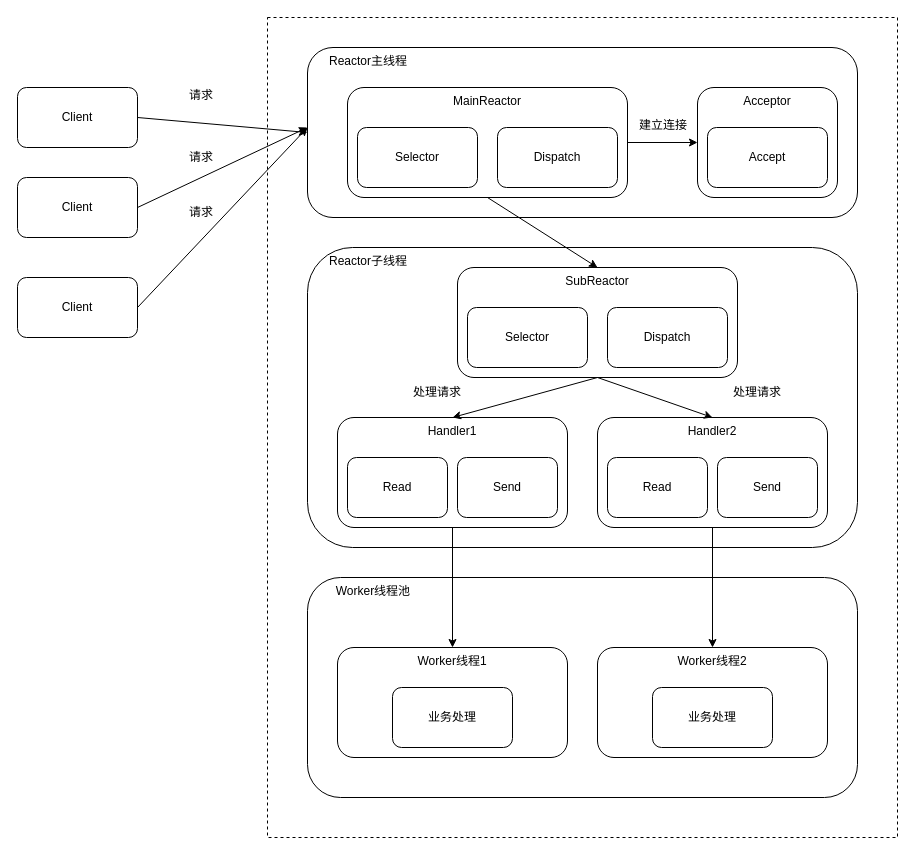
Earlier version of the draw.io diagram netty架构图.drawio (Diend-7/-). Source tidied: cells renumbered, new cells numbered last; positions are measured from the earlier drawing's top-left corner, leaving out a move shared by most shapes. Both pictures are drawn from the tidied source at 100%, with x=0, y=0 at pixel (17, 17).
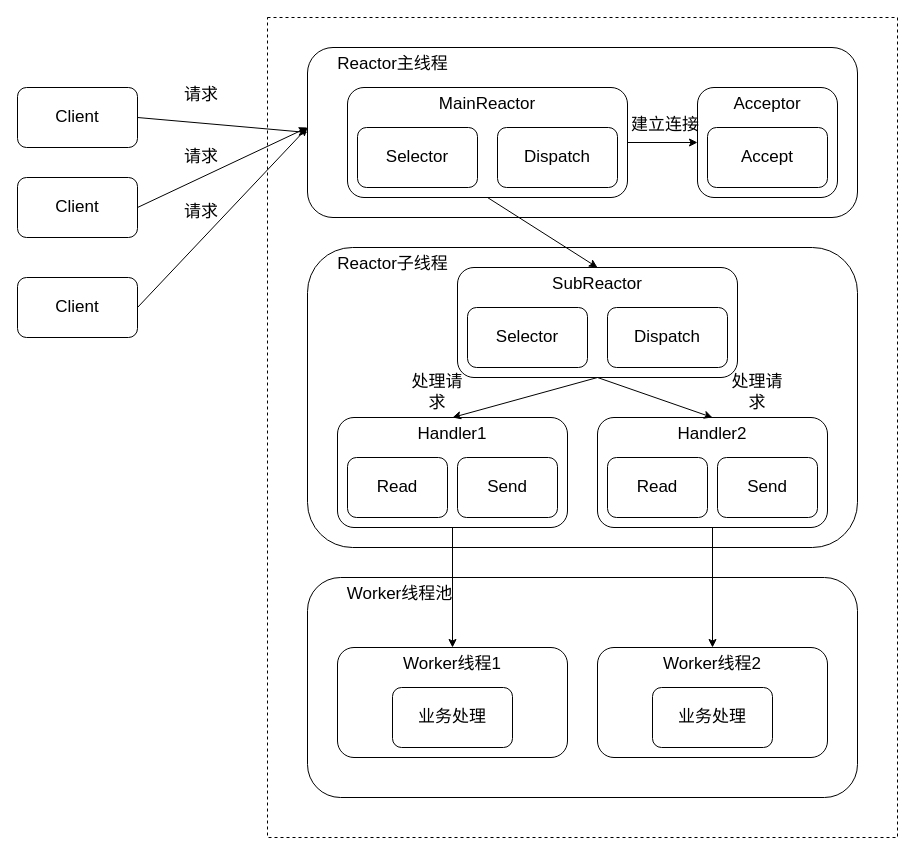
The same diagram, later.

Commit message:
更新netty架构图.drawio

The edit, as a diff of the source:
```diff
@@
-    <mxCell id="2" value="Client" style="rounded=1;whiteSpace=wrap;html=1;" parent="1" vertex="1">
+    <mxCell id="2" value="Client" style="rounded=1;whiteSpace=wrap;html=1;fontSize=17;" parent="1" vertex="1">
       <mxGeometry y="70" width="120" height="60" as="geometry" />
     </mxCell>
-    <mxCell id="3" value="Client" style="rounded=1;whiteSpace=wrap;html=1;" parent="1" vertex="1">
+    <mxCell id="3" value="Client" style="rounded=1;whiteSpace=wrap;html=1;fontSize=17;" parent="1" vertex="1">
       <mxGeometry y="160" width="120" height="60" as="geometry" />
     </mxCell>
-    <mxCell id="4" value="Client" style="rounded=1;whiteSpace=wrap;html=1;" parent="1" vertex="1">
+    <mxCell id="4" value="Client" style="rounded=1;whiteSpace=wrap;html=1;fontSize=17;" parent="1" vertex="1">
       <mxGeometry y="260" width="120" height="60" as="geometry" />
     </mxCell>
-    <mxCell id="5" style="rounded=0;whiteSpace=wrap;html=1;dashed=1;" parent="1" vertex="1">
+    <mxCell id="5" style="rounded=0;whiteSpace=wrap;html=1;dashed=1;fontSize=17;" parent="1" vertex="1">
       <mxGeometry x="250" width="630" height="820" as="geometry" />
     </mxCell>
-    <mxCell id="6" value="&amp;nbsp; &amp;nbsp; &amp;nbsp; Reactor主线程" style="rounded=1;whiteSpace=wrap;html=1;align=left;verticalAlign=top;" parent="1" vertex="1">
+    <mxCell id="6" value="&amp;nbsp; &amp;nbsp; &amp;nbsp; Reactor主线程" style="rounded=1;whiteSpace=wrap;html=1;align=left;verticalAlign=top;fontSize=17;" parent="1" vertex="1">
       <mxGeometry x="290" y="30" width="550" height="170" as="geometry" />
     </mxCell>
-    <mxCell id="7" value="MainReactor" style="rounded=1;whiteSpace=wrap;html=1;verticalAlign=top;" parent="1" vertex="1">
+    <mxCell id="7" value="MainReactor" style="rounded=1;whiteSpace=wrap;html=1;verticalAlign=top;fontSize=17;" parent="1" vertex="1">
       <mxGeometry x="330" y="70" width="280" height="110" as="geometry" />
     </mxCell>
-    <mxCell id="8" value="Selector" style="rounded=1;whiteSpace=wrap;html=1;" parent="1" vertex="1">
+    <mxCell id="8" value="Selector" style="rounded=1;whiteSpace=wrap;html=1;fontSize=17;" parent="1" vertex="1">
       <mxGeometry x="340" y="110" width="120" height="60" as="geometry" />
     </mxCell>
-    <mxCell id="9" value="Dispatch" style="rounded=1;whiteSpace=wrap;html=1;" parent="1" vertex="1">
+    <mxCell id="9" value="Dispatch" style="rounded=1;whiteSpace=wrap;html=1;fontSize=17;" parent="1" vertex="1">
       <mxGeometry x="480" y="110" width="120" height="60" as="geometry" />
     </mxCell>
-    <mxCell id="10" value="Acceptor" style="rounded=1;whiteSpace=wrap;html=1;verticalAlign=top;" parent="1" vertex="1">
+    <mxCell id="10" value="Acceptor" style="rounded=1;whiteSpace=wrap;html=1;verticalAlign=top;fontSize=17;" parent="1" vertex="1">
       <mxGeometry x="680" y="70" width="140" height="110" as="geometry" />
     </mxCell>
-    <mxCell id="11" value="Accept" style="rounded=1;whiteSpace=wrap;html=1;" parent="1" vertex="1">
+    <mxCell id="11" value="Accept" style="rounded=1;whiteSpace=wrap;html=1;fontSize=17;" parent="1" vertex="1">
       <mxGeometry x="690" y="110" width="120" height="60" as="geometry" />
     </mxCell>
-    <mxCell id="12" style="endArrow=classic;html=1;rounded=0;entryX=0;entryY=0.5;entryDx=0;entryDy=0;exitX=1;exitY=0.5;exitDx=0;exitDy=0;" parent="1" edge="1" source="7" target="10">
+    <mxCell id="12" style="endArrow=classic;html=1;rounded=0;entryX=0;entryY=0.5;entryDx=0;entryDy=0;exitX=1;exitY=0.5;exitDx=0;exitDy=0;fontSize=17;" parent="1" edge="1" source="7" target="10">
       <mxGeometry relative="1" as="geometry" />
     </mxCell>
-    <mxCell id="13" value="建立连接" style="text;html=1;strokeColor=none;fillColor=none;align=center;verticalAlign=middle;whiteSpace=wrap;rounded=0;" parent="1" vertex="1">
-      <mxGeometry x="616" y="93" width="60" height="30" as="geometry" />
+    <mxCell id="13" value="建立连接" style="text;html=1;strokeColor=none;fillColor=none;align=center;verticalAlign=middle;whiteSpace=wrap;rounded=0;fontSize=17;" parent="1" vertex="1">
+      <mxGeometry x="608" y="93" width="80" height="30" as="geometry" />
     </mxCell>
-    <mxCell id="14" style="endArrow=classic;html=1;rounded=0;entryX=0;entryY=0.5;entryDx=0;entryDy=0;exitX=1;exitY=0.5;exitDx=0;exitDy=0;" parent="1" edge="1" source="2" target="6">
+    <mxCell id="14" style="endArrow=classic;html=1;rounded=0;entryX=0;entryY=0.5;entryDx=0;entryDy=0;exitX=1;exitY=0.5;exitDx=0;exitDy=0;fontSize=17;" parent="1" edge="1" source="2" target="6">
       <mxGeometry relative="1" as="geometry" />
     </mxCell>
-    <mxCell id="15" style="endArrow=classic;html=1;rounded=0;exitX=1;exitY=0.5;exitDx=0;exitDy=0;" parent="1" edge="1" source="3">
+    <mxCell id="15" style="endArrow=classic;html=1;rounded=0;exitX=1;exitY=0.5;exitDx=0;exitDy=0;fontSize=17;" parent="1" edge="1" source="3">
       <mxGeometry relative="1" as="geometry">
         <mxPoint x="290" y="110" as="targetPoint" />
       </mxGeometry>
     </mxCell>
-    <mxCell id="16" style="endArrow=classic;html=1;rounded=0;exitX=1;exitY=0.5;exitDx=0;exitDy=0;" parent="1" edge="1" source="4">
+    <mxCell id="16" style="endArrow=classic;html=1;rounded=0;exitX=1;exitY=0.5;exitDx=0;exitDy=0;fontSize=17;" parent="1" edge="1" source="4">
       <mxGeometry relative="1" as="geometry">
         <mxPoint x="290" y="110" as="targetPoint" />
       </mxGeometry>
     </mxCell>
-    <mxCell id="17" value="请求" style="text;html=1;strokeColor=none;fillColor=none;align=center;verticalAlign=middle;whiteSpace=wrap;rounded=0;" parent="1" vertex="1">
+    <mxCell id="17" value="请求" style="text;html=1;strokeColor=none;fillColor=none;align=center;verticalAlign=middle;whiteSpace=wrap;rounded=0;fontSize=17;" parent="1" vertex="1">
       <mxGeometry x="154" y="63" width="60" height="30" as="geometry" />
     </mxCell>
-    <mxCell id="18" value="请求" style="text;html=1;strokeColor=none;fillColor=none;align=center;verticalAlign=middle;whiteSpace=wrap;rounded=0;" parent="1" vertex="1">
+    <mxCell id="18" value="请求" style="text;html=1;strokeColor=none;fillColor=none;align=center;verticalAlign=middle;whiteSpace=wrap;rounded=0;fontSize=17;" parent="1" vertex="1">
       <mxGeometry x="154" y="125" width="60" height="30" as="geometry" />
     </mxCell>
-    <mxCell id="19" value="请求" style="text;html=1;strokeColor=none;fillColor=none;align=center;verticalAlign=middle;whiteSpace=wrap;rounded=0;" parent="1" vertex="1">
+    <mxCell id="19" value="请求" style="text;html=1;strokeColor=none;fillColor=none;align=center;verticalAlign=middle;whiteSpace=wrap;rounded=0;fontSize=17;" parent="1" vertex="1">
       <mxGeometry x="154" y="180" width="60" height="30" as="geometry" />
     </mxCell>
-    <mxCell id="20" value="&amp;nbsp; &amp;nbsp; &amp;nbsp; Reactor子线程" style="rounded=1;whiteSpace=wrap;html=1;align=left;verticalAlign=top;" parent="1" vertex="1">
+    <mxCell id="20" value="&amp;nbsp; &amp;nbsp; &amp;nbsp; Reactor子线程" style="rounded=1;whiteSpace=wrap;html=1;align=left;verticalAlign=top;fontSize=17;" parent="1" vertex="1">
       <mxGeometry x="290" y="230" width="550" height="300" as="geometry" />
     </mxCell>
-    <mxCell id="21" value="SubReactor" style="rounded=1;whiteSpace=wrap;html=1;verticalAlign=top;" parent="1" vertex="1">
+    <mxCell id="21" value="SubReactor" style="rounded=1;whiteSpace=wrap;html=1;verticalAlign=top;fontSize=17;" parent="1" vertex="1">
       <mxGeometry x="440" y="250" width="280" height="110" as="geometry" />
     </mxCell>
-    <mxCell id="22" value="Selector" style="rounded=1;whiteSpace=wrap;html=1;" parent="1" vertex="1">
+    <mxCell id="22" value="Selector" style="rounded=1;whiteSpace=wrap;html=1;fontSize=17;" parent="1" vertex="1">
       <mxGeometry x="450" y="290" width="120" height="60" as="geometry" />
     </mxCell>
-    <mxCell id="23" value="Dispatch" style="rounded=1;whiteSpace=wrap;html=1;" parent="1" vertex="1">
+    <mxCell id="23" value="Dispatch" style="rounded=1;whiteSpace=wrap;html=1;fontSize=17;" parent="1" vertex="1">
       <mxGeometry x="590" y="290" width="120" height="60" as="geometry" />
     </mxCell>
-    <mxCell id="24" value="Handler1" style="rounded=1;whiteSpace=wrap;html=1;verticalAlign=top;" parent="1" vertex="1">
+    <mxCell id="24" value="Handler1" style="rounded=1;whiteSpace=wrap;html=1;verticalAlign=top;fontSize=17;" parent="1" vertex="1">
       <mxGeometry x="320" y="400" width="230" height="110" as="geometry" />
     </mxCell>
-    <mxCell id="25" value="Read" style="rounded=1;whiteSpace=wrap;html=1;" parent="1" vertex="1">
+    <mxCell id="25" value="Read" style="rounded=1;whiteSpace=wrap;html=1;fontSize=17;" parent="1" vertex="1">
       <mxGeometry x="330" y="440" width="100" height="60" as="geometry" />
     </mxCell>
-    <mxCell id="26" value="Send" style="rounded=1;whiteSpace=wrap;html=1;" parent="1" vertex="1">
+    <mxCell id="26" value="Send" style="rounded=1;whiteSpace=wrap;html=1;fontSize=17;" parent="1" vertex="1">
       <mxGeometry x="440" y="440" width="100" height="60" as="geometry" />
     </mxCell>
-    <mxCell id="27" value="Handler2" style="rounded=1;whiteSpace=wrap;html=1;verticalAlign=top;" parent="1" vertex="1">
+    <mxCell id="27" value="Handler2" style="rounded=1;whiteSpace=wrap;html=1;verticalAlign=top;fontSize=17;" parent="1" vertex="1">
       <mxGeometry x="580" y="400" width="230" height="110" as="geometry" />
     </mxCell>
-    <mxCell id="28" value="Read" style="rounded=1;whiteSpace=wrap;html=1;" parent="1" vertex="1">
+    <mxCell id="28" value="Read" style="rounded=1;whiteSpace=wrap;html=1;fontSize=17;" parent="1" vertex="1">
       <mxGeometry x="590" y="440" width="100" height="60" as="geometry" />
     </mxCell>
-    <mxCell id="29" value="Send" style="rounded=1;whiteSpace=wrap;html=1;" parent="1" vertex="1">
+    <mxCell id="29" value="Send" style="rounded=1;whiteSpace=wrap;html=1;fontSize=17;" parent="1" vertex="1">
       <mxGeometry x="700" y="440" width="100" height="60" as="geometry" />
     </mxCell>
-    <mxCell id="30" style="endArrow=classic;html=1;rounded=0;entryX=0.5;entryY=0;entryDx=0;entryDy=0;exitX=0.5;exitY=1;exitDx=0;exitDy=0;" parent="1" edge="1" source="21" target="24">
+    <mxCell id="30" style="endArrow=classic;html=1;rounded=0;entryX=0.5;entryY=0;entryDx=0;entryDy=0;exitX=0.5;exitY=1;exitDx=0;exitDy=0;fontSize=17;" parent="1" edge="1" source="21" target="24">
       <mxGeometry relative="1" as="geometry" />
     </mxCell>
-    <mxCell id="31" style="endArrow=classic;html=1;rounded=0;entryX=0.5;entryY=0;entryDx=0;entryDy=0;" parent="1" edge="1" target="27">
+    <mxCell id="31" style="endArrow=classic;html=1;rounded=0;entryX=0.5;entryY=0;entryDx=0;entryDy=0;fontSize=17;" parent="1" edge="1" target="27">
       <mxGeometry relative="1" as="geometry">
         <mxPoint x="580" y="360" as="sourcePoint" />
       </mxGeometry>
     </mxCell>
-    <mxCell id="32" value="处理请求" style="text;html=1;strokeColor=none;fillColor=none;align=center;verticalAlign=middle;whiteSpace=wrap;rounded=0;" parent="1" vertex="1">
+    <mxCell id="32" value="处理请求" style="text;html=1;strokeColor=none;fillColor=none;align=center;verticalAlign=middle;whiteSpace=wrap;rounded=0;fontSize=17;" parent="1" vertex="1">
       <mxGeometry x="390" y="360" width="60" height="30" as="geometry" />
     </mxCell>
-    <mxCell id="33" value="处理请求" style="text;html=1;strokeColor=none;fillColor=none;align=center;verticalAlign=middle;whiteSpace=wrap;rounded=0;" parent="1" vertex="1">
+    <mxCell id="33" value="处理请求" style="text;html=1;strokeColor=none;fillColor=none;align=center;verticalAlign=middle;whiteSpace=wrap;rounded=0;fontSize=17;" parent="1" vertex="1">
       <mxGeometry x="710" y="360" width="60" height="30" as="geometry" />
     </mxCell>
-    <mxCell id="34" style="endArrow=classic;html=1;rounded=0;entryX=0.5;entryY=0;entryDx=0;entryDy=0;exitX=0.5;exitY=1;exitDx=0;exitDy=0;" parent="1" edge="1" source="7" target="21">
+    <mxCell id="34" style="endArrow=classic;html=1;rounded=0;entryX=0.5;entryY=0;entryDx=0;entryDy=0;exitX=0.5;exitY=1;exitDx=0;exitDy=0;fontSize=17;" parent="1" edge="1" source="7" target="21">
       <mxGeometry relative="1" as="geometry" />
     </mxCell>
-    <mxCell id="35" value="&amp;nbsp; &amp;nbsp; &amp;nbsp; &amp;nbsp; Worker线程池" style="rounded=1;whiteSpace=wrap;html=1;align=left;verticalAlign=top;" parent="1" vertex="1">
+    <mxCell id="35" value="&amp;nbsp; &amp;nbsp; &amp;nbsp; &amp;nbsp; Worker线程池" style="rounded=1;whiteSpace=wrap;html=1;align=left;verticalAlign=top;fontSize=17;" parent="1" vertex="1">
       <mxGeometry x="290" y="560" width="550" height="220" as="geometry" />
     </mxCell>
-    <mxCell id="36" value="Worker线程1" style="rounded=1;whiteSpace=wrap;html=1;verticalAlign=top;" parent="1" vertex="1">
+    <mxCell id="36" value="Worker线程1" style="rounded=1;whiteSpace=wrap;html=1;verticalAlign=top;fontSize=17;" parent="1" vertex="1">
       <mxGeometry x="320" y="630" width="230" height="110" as="geometry" />
     </mxCell>
-    <mxCell id="37" value="Worker线程2" style="rounded=1;whiteSpace=wrap;html=1;verticalAlign=top;" parent="1" vertex="1">
+    <mxCell id="37" value="Worker线程2" style="rounded=1;whiteSpace=wrap;html=1;verticalAlign=top;fontSize=17;" parent="1" vertex="1">
       <mxGeometry x="580" y="630" width="230" height="110" as="geometry" />
     </mxCell>
-    <mxCell id="38" value="业务处理" style="rounded=1;whiteSpace=wrap;html=1;" parent="1" vertex="1">
+    <mxCell id="38" value="业务处理" style="rounded=1;whiteSpace=wrap;html=1;fontSize=17;" parent="1" vertex="1">
       <mxGeometry x="375" y="670" width="120" height="60" as="geometry" />
     </mxCell>
-    <mxCell id="39" value="业务处理" style="rounded=1;whiteSpace=wrap;html=1;" parent="1" vertex="1">
+    <mxCell id="39" value="业务处理" style="rounded=1;whiteSpace=wrap;html=1;fontSize=17;" parent="1" vertex="1">
       <mxGeometry x="635" y="670" width="120" height="60" as="geometry" />
     </mxCell>
-    <mxCell id="40" style="endArrow=classic;html=1;rounded=0;entryX=0.5;entryY=0;entryDx=0;entryDy=0;exitX=0.5;exitY=1;exitDx=0;exitDy=0;" parent="1" edge="1" source="24" target="36">
+    <mxCell id="40" style="endArrow=classic;html=1;rounded=0;entryX=0.5;entryY=0;entryDx=0;entryDy=0;exitX=0.5;exitY=1;exitDx=0;exitDy=0;fontSize=17;" parent="1" edge="1" source="24" target="36">
       <mxGeometry relative="1" as="geometry" />
     </mxCell>
-    <mxCell id="41" style="endArrow=classic;html=1;rounded=0;entryX=0.5;entryY=0;entryDx=0;entryDy=0;" parent="1" edge="1" source="27" target="37">
+    <mxCell id="41" style="endArrow=classic;html=1;rounded=0;entryX=0.5;entryY=0;entryDx=0;entryDy=0;fontSize=17;" parent="1" edge="1" source="27" target="37">
       <mxGeometry relative="1" as="geometry" />
     </mxCell>
```
